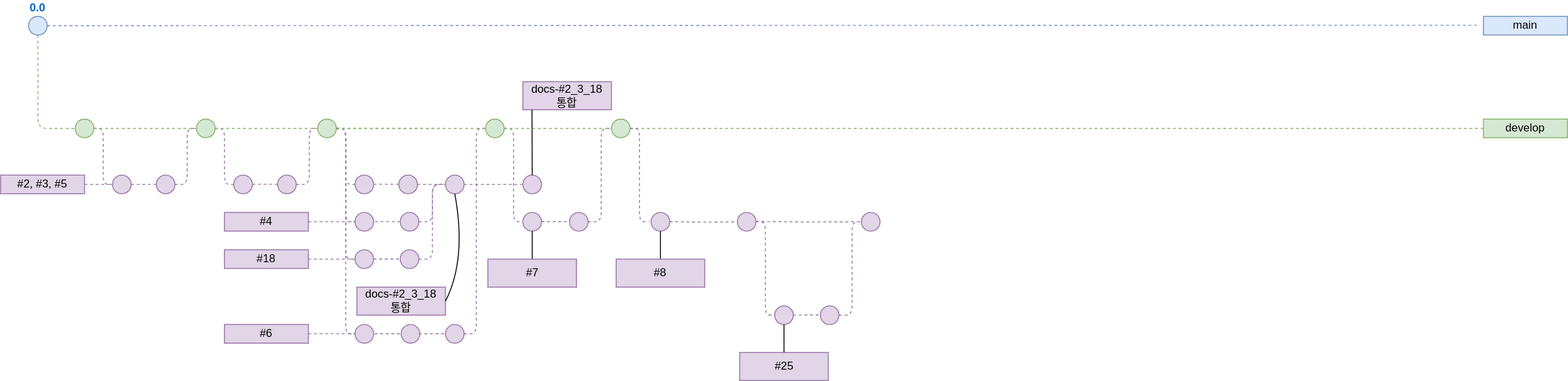
Above: docs/git/gitBranch.drawio.svg in 1Dohyeon/RentEase (draw.io), before the change. Source tidied: cells renumbered, new cells last; positions are measured from the earlier drawing's top-left corner, leaving out a move shared by most shapes.
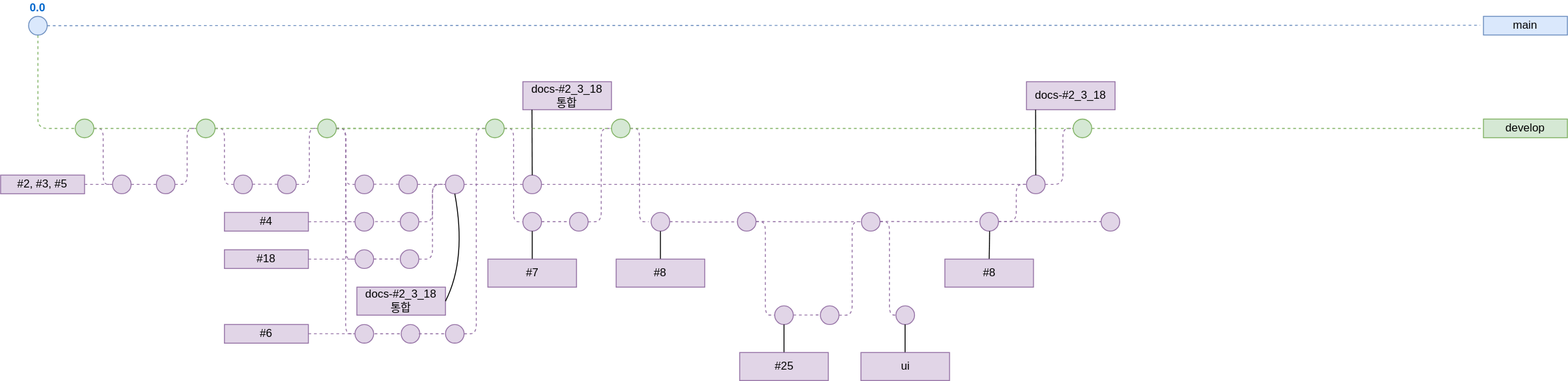
Later version of the same file.

Commit message:
FETCH: 브랜치 기록 업데이트

Change to the diagram source:
```diff
@@ -73,7 +73,7 @@
         </Array>
       </mxGeometry>
     </mxCell>
-    <mxCell id="17" style="edgeStyle=orthogonalEdgeStyle;rounded=1;jettySize=auto;html=1;dashed=1;endArrow=none;endFill=0;fillColor=#d5e8d4;strokeColor=#82b366;entryX=0;entryY=0.5;entryDx=0;entryDy=0;" parent="1" edge="1" source="71" target="7">
+    <mxCell id="17" style="edgeStyle=orthogonalEdgeStyle;rounded=1;jettySize=auto;html=1;dashed=1;endArrow=none;endFill=0;fillColor=#d5e8d4;strokeColor=#82b366;entryX=0;entryY=0.5;entryDx=0;entryDy=0;" parent="1" edge="1" source="102" target="7">
       <mxGeometry relative="1" as="geometry" />
     </mxCell>
     <mxCell id="18" value="#2, #3, #5" style="text;html=1;strokeColor=#9673a6;fillColor=#e1d5e7;align=center;verticalAlign=middle;whiteSpace=wrap;rounded=0;" parent="1" vertex="1">
@@ -410,5 +410,97 @@
         </Array>
       </mxGeometry>
     </mxCell>
+    <mxCell id="87" style="edgeStyle=orthogonalEdgeStyle;rounded=1;orthogonalLoop=1;jettySize=auto;html=1;dashed=1;endArrow=none;endFill=0;fontSize=12;fontColor=#FFB570;fillColor=#e1d5e7;strokeColor=#9673a6;exitX=1;exitY=0.5;exitDx=0;exitDy=0;entryX=0;entryY=0.5;entryDx=0;entryDy=0;" parent="1" edge="1">
+      <mxGeometry relative="1" as="geometry">
+        <mxPoint x="943" y="219.9" as="sourcePoint" />
+        <mxPoint x="963" y="319.9" as="targetPoint" />
+        <Array as="points">
+          <mxPoint x="953" y="219.9" />
+          <mxPoint x="953" y="319.9" />
+        </Array>
+      </mxGeometry>
+    </mxCell>
+    <mxCell id="88" style="ellipse;whiteSpace=wrap;html=1;fontSize=10;fillColor=#e1d5e7;strokeColor=#9673a6;" parent="1" vertex="1">
+      <mxGeometry x="960" y="310" width="20" height="20" as="geometry" />
+    </mxCell>
+    <mxCell id="89" style="edgeStyle=orthogonalEdgeStyle;rounded=0;orthogonalLoop=1;jettySize=auto;html=1;exitX=0.5;exitY=0;exitDx=0;exitDy=0;entryX=0.5;entryY=1;entryDx=0;entryDy=0;endArrow=none;endFill=0;" parent="1" edge="1">
+      <mxGeometry relative="1" as="geometry">
+        <mxPoint x="969.9" y="360" as="sourcePoint" />
+        <mxPoint x="969.9" y="330" as="targetPoint" />
+      </mxGeometry>
+    </mxCell>
+    <mxCell id="90" value="ui" style="text;html=1;strokeColor=#9673a6;fillColor=#e1d5e7;align=center;verticalAlign=middle;whiteSpace=wrap;rounded=0;" parent="1" vertex="1">
+      <mxGeometry x="922.5" y="360" width="95" height="30" as="geometry" />
+    </mxCell>
+    <mxCell id="91" style="edgeStyle=orthogonalEdgeStyle;rounded=1;orthogonalLoop=1;jettySize=auto;html=1;dashed=1;endArrow=none;endFill=0;fontSize=12;fontColor=#FFB570;fillColor=#e1d5e7;strokeColor=#9673a6;" parent="1" edge="1">
+      <mxGeometry relative="1" as="geometry">
+        <mxPoint x="943" y="219.6" as="sourcePoint" />
+        <mxPoint x="1053" y="219.9" as="targetPoint" />
+      </mxGeometry>
+    </mxCell>
+    <mxCell id="92" style="ellipse;whiteSpace=wrap;html=1;fontSize=10;fillColor=#e1d5e7;strokeColor=#9673a6;" parent="1" vertex="1">
+      <mxGeometry x="1050" y="210" width="20" height="20" as="geometry" />
+    </mxCell>
+    <mxCell id="93" style="edgeStyle=orthogonalEdgeStyle;rounded=0;jettySize=auto;html=1;exitX=0.5;exitY=0;exitDx=0;exitDy=0;entryX=0.5;entryY=1;entryDx=0;entryDy=0;endArrow=none;endFill=0;" parent="1" edge="1" source="94">
+      <mxGeometry relative="1" as="geometry">
+        <mxPoint x="1060.5" y="230" as="targetPoint" />
+      </mxGeometry>
+    </mxCell>
+    <mxCell id="94" value="#8" style="text;html=1;strokeColor=#9673a6;fillColor=#e1d5e7;align=center;verticalAlign=middle;whiteSpace=wrap;rounded=0;" parent="1" vertex="1">
+      <mxGeometry x="1012.5" y="260" width="95" height="30" as="geometry" />
+    </mxCell>
+    <mxCell id="95" style="ellipse;whiteSpace=wrap;html=1;fontSize=10;fillColor=#e1d5e7;strokeColor=#9673a6;" parent="1" vertex="1">
+      <mxGeometry x="1100" y="170" width="20" height="20" as="geometry" />
+    </mxCell>
+    <mxCell id="96" style="edgeStyle=orthogonalEdgeStyle;rounded=1;jettySize=auto;html=1;dashed=1;endArrow=none;endFill=0;fontSize=12;fontColor=#FFB570;fillColor=#e1d5e7;strokeColor=#9673a6;entryX=0;entryY=0.5;entryDx=0;entryDy=0;exitX=1;exitY=0.5;exitDx=0;exitDy=0;" parent="1" edge="1" source="92" target="95">
+      <mxGeometry relative="1" as="geometry">
+        <Array as="points">
+          <mxPoint x="1089" y="220" />
+          <mxPoint x="1089" y="180" />
+        </Array>
+      </mxGeometry>
+    </mxCell>
+    <mxCell id="97" style="edgeStyle=orthogonalEdgeStyle;rounded=1;orthogonalLoop=1;jettySize=auto;html=1;dashed=1;endArrow=none;endFill=0;fontSize=12;fontColor=#FFB570;fillColor=#e1d5e7;strokeColor=#9673a6;exitX=1;exitY=0.5;exitDx=0;exitDy=0;" parent="1" edge="1">
+      <mxGeometry relative="1" as="geometry">
+        <mxPoint x="580" y="180" as="sourcePoint" />
+        <mxPoint x="1100" y="180" as="targetPoint" />
+        <Array as="points">
+          <mxPoint x="603" y="180" />
+          <mxPoint x="603" y="180" />
+        </Array>
+      </mxGeometry>
+    </mxCell>
+    <mxCell id="98" value="docs-#2_3_18" style="text;html=1;strokeColor=#9673a6;fillColor=#e1d5e7;align=center;verticalAlign=middle;whiteSpace=wrap;rounded=0;" parent="1" vertex="1">
+      <mxGeometry x="1100" y="70" width="95" height="30" as="geometry" />
+    </mxCell>
+    <mxCell id="99" style="endArrow=none;html=1;rounded=0;fontSize=12;startSize=8;endSize=8;curved=1;exitX=0.5;exitY=0;exitDx=0;exitDy=0;entryX=0.103;entryY=1.001;entryDx=0;entryDy=0;entryPerimeter=0;" parent="1" edge="1" target="98">
+      <mxGeometry relative="1" as="geometry">
+        <mxPoint x="1110" y="170" as="sourcePoint" />
+      </mxGeometry>
+    </mxCell>
+    <mxCell id="100" style="edgeStyle=orthogonalEdgeStyle;rounded=1;jettySize=auto;html=1;dashed=1;endArrow=none;endFill=0;fontSize=12;fontColor=#FFB570;fillColor=#e1d5e7;strokeColor=#9673a6;entryX=0;entryY=0.5;entryDx=0;entryDy=0;exitX=1;exitY=0.5;exitDx=0;exitDy=0;" parent="1" edge="1" target="102">
+      <mxGeometry relative="1" as="geometry">
+        <mxPoint x="1120" y="180" as="sourcePoint" />
+        <Array as="points">
+          <mxPoint x="1139" y="180" />
+          <mxPoint x="1139" y="120" />
+        </Array>
+      </mxGeometry>
+    </mxCell>
+    <mxCell id="101" style="edgeStyle=orthogonalEdgeStyle;rounded=1;jettySize=auto;html=1;dashed=1;endArrow=none;endFill=0;fillColor=#d5e8d4;strokeColor=#82b366;entryX=0;entryY=0.5;entryDx=0;entryDy=0;" parent="1" edge="1" source="71" target="102">
+      <mxGeometry relative="1" as="geometry" />
+    </mxCell>
+    <mxCell id="102" style="ellipse;whiteSpace=wrap;html=1;fillColor=#d5e8d4;strokeColor=#82b366;" parent="1" vertex="1">
+      <mxGeometry x="1150" y="110" width="20" height="20" as="geometry" />
+    </mxCell>
+    <mxCell id="103" style="edgeStyle=orthogonalEdgeStyle;rounded=1;orthogonalLoop=1;jettySize=auto;html=1;dashed=1;endArrow=none;endFill=0;fontSize=12;fontColor=#FFB570;fillColor=#e1d5e7;strokeColor=#9673a6;" parent="1" edge="1">
+      <mxGeometry relative="1" as="geometry">
+        <mxPoint x="1070" y="219.6" as="sourcePoint" />
+        <mxPoint x="1180" y="219.9" as="targetPoint" />
+      </mxGeometry>
+    </mxCell>
+    <mxCell id="104" style="ellipse;whiteSpace=wrap;html=1;fontSize=10;fillColor=#e1d5e7;strokeColor=#9673a6;" parent="1" vertex="1">
+      <mxGeometry x="1180" y="210" width="20" height="20" as="geometry" />
+    </mxCell>
   </root>
 </mxGraphModel>
```
